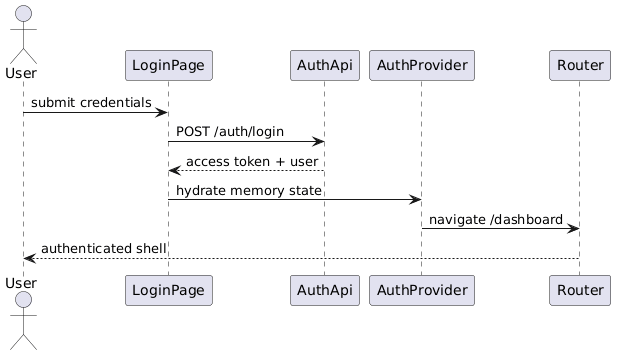
Above: docs/detailed-designs/diagrams/rendered/fe_seq_login.png in QuinntyneBrown/LendQ (PlantUML), before the change.
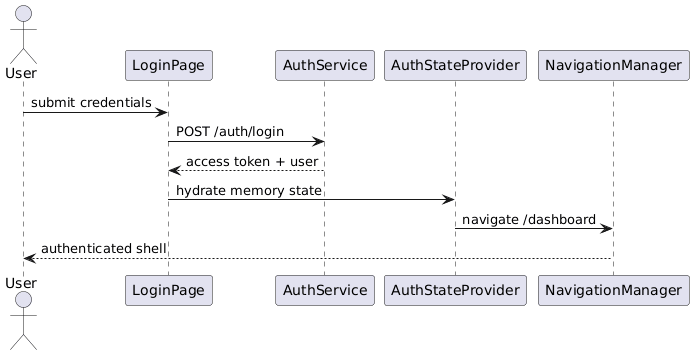
Later version of the same file.

Diff of the diagram source:
```diff
@@ -1,14 +1,14 @@
 @startuml
 actor User
 participant LoginPage
-participant AuthApi
-participant AuthProvider
-participant Router
+participant AuthService
+participant AuthStateProvider
+participant NavigationManager
 
 User -> LoginPage : submit credentials
-LoginPage -> AuthApi : POST /auth/login
-AuthApi --> LoginPage : access token + user
-LoginPage -> AuthProvider : hydrate memory state
-AuthProvider -> Router : navigate /dashboard
-Router --> User : authenticated shell
+LoginPage -> AuthService : POST /auth/login
+AuthService --> LoginPage : access token + user
+LoginPage -> AuthStateProvider : hydrate memory state
+AuthStateProvider -> NavigationManager : navigate /dashboard
+NavigationManager --> User : authenticated shell
 @enduml
```
